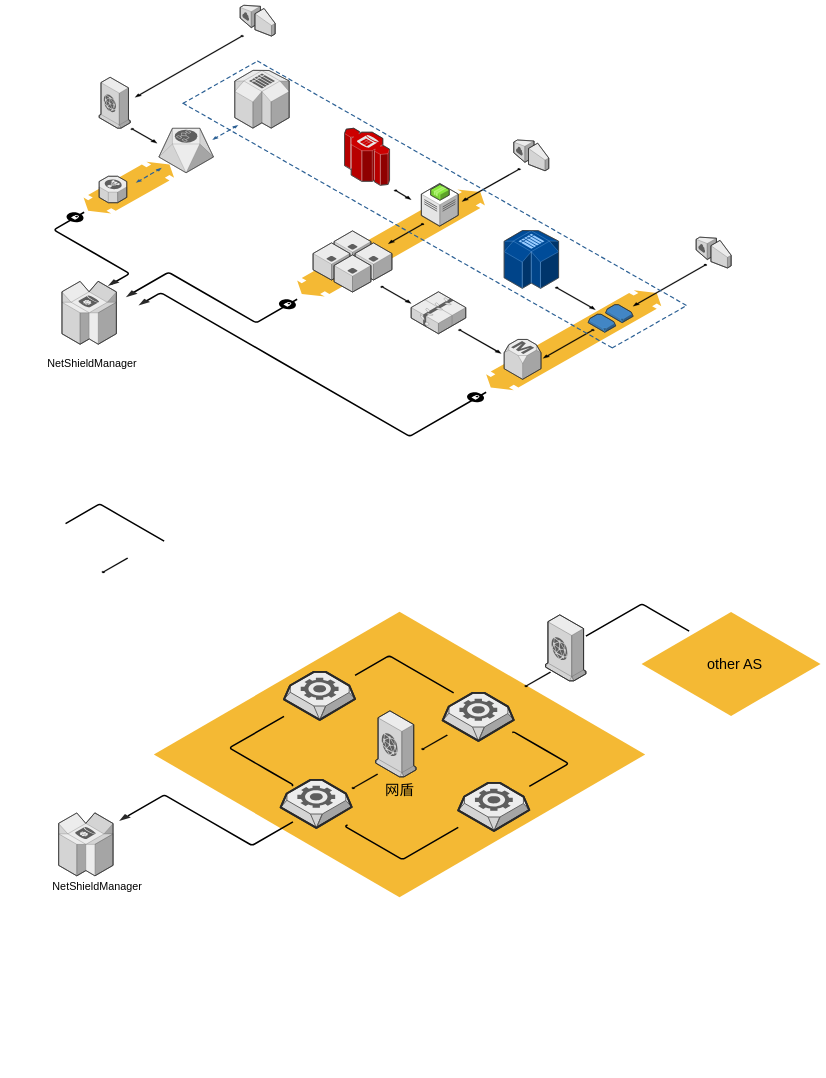
Above: 未命名绘图.drawio in yuanchaowang/subscribe (draw.io), before the change. Source tidied: cells renumbered, new cells numbered last; positions are measured from the earlier drawing's top-left corner, leaving out a move shared by most shapes. Both pictures are drawn from the tidied source at 30%, with x=0, y=0 at pixel (45, 5).
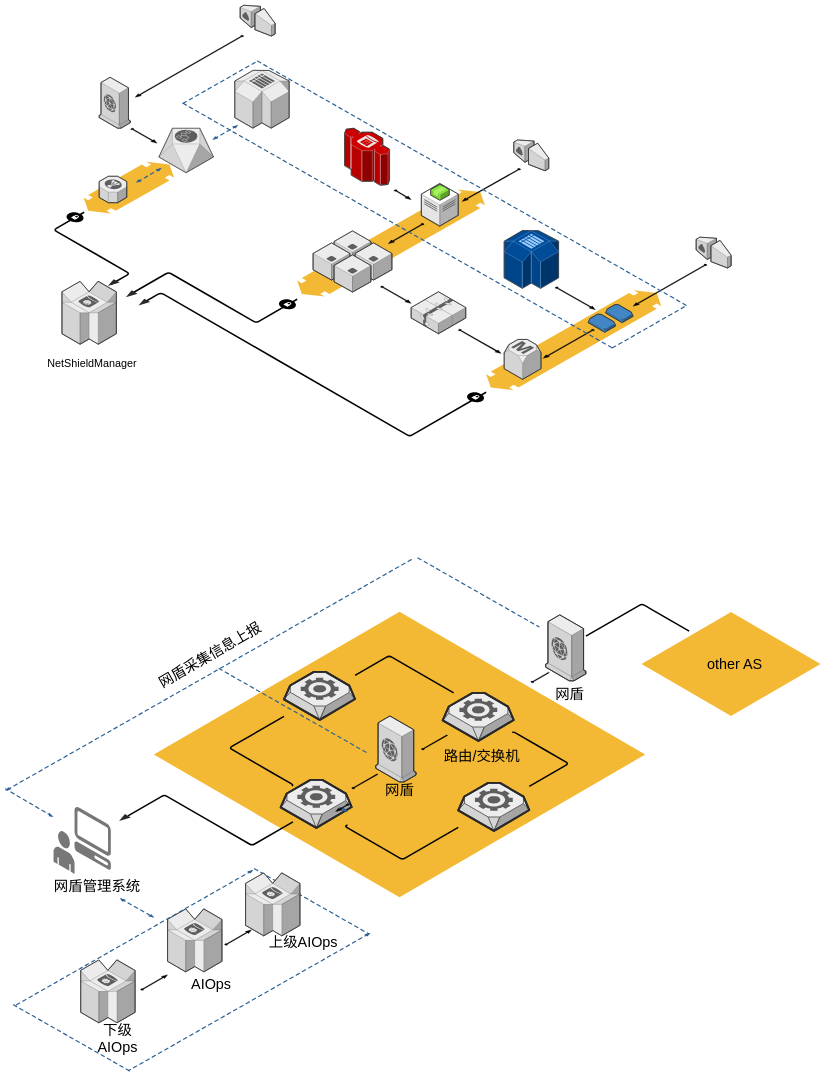
The same page after the edit.

The edit, as a diff of the source:
```diff
@@
-    <mxCell id="52" style="verticalLabelPosition=bottom;html=1;verticalAlign=top;strokeWidth=1;dashed=0;shape=mxgraph.aws3d.dynamoDb;fillColor=#ECECEC;strokeColor=#5E5E5E;rounded=1;shadow=0;comic=0;fontSize=12;" parent="1" vertex="1">
-      <mxGeometry x="44" y="2692" width="181.5" height="210" as="geometry" />
-    </mxCell>
-    <mxCell id="53" value="&lt;span style=&quot;font-size: 36px&quot;&gt;NetShieldManager&lt;/span&gt;" style="text;html=1;align=center;verticalAlign=middle;strokeColor=none;" parent="1" vertex="1">
-      <mxGeometry x="17" y="2922" width="310" height="30" as="geometry" />
+    <mxCell id="53" value="&lt;font style=&quot;font-size: 48px&quot;&gt;网盾管理系统&lt;/font&gt;" style="text;html=1;align=center;verticalAlign=middle;strokeColor=none;" parent="1" vertex="1">
+      <mxGeometry x="22" y="2922" width="300" height="30" as="geometry" />
     </mxCell>
@@
     <mxCell id="58" style="verticalLabelPosition=bottom;html=1;verticalAlign=top;strokeWidth=1;align=center;dashed=0;shape=mxgraph.aws3d.cloudfront;fillColor=#ECECEC;strokeColor=#5E5E5E;" parent="1" vertex="1">
-      <mxGeometry x="1100.8" y="2352" width="134.5" height="220" as="geometry" />
+      <mxGeometry x="1100.8" y="2369.1" width="134.5" height="220" as="geometry" />
     </mxCell>
-    <mxCell id="59" style="verticalLabelPosition=bottom;html=1;verticalAlign=top;strokeWidth=1;align=center;dashed=0;shape=mxgraph.aws3d.arrowlessNE;fillColor=#000000;" parent="1" vertex="1">
-      <mxGeometry x="187.6" y="1842" width="87.8" height="50" as="geometry" />
-    </mxCell>
@@
-    <mxCell id="66" style="edgeStyle=isometricEdgeStyle;endArrow=none;html=1;labelBackgroundColor=none;strokeColor=#000000;strokeWidth=5;fontFamily=Verdana;fontSize=12;" parent="1" edge="1">
-      <mxGeometry relative="1" as="geometry">
-        <mxPoint x="67" y="1727.7" as="sourcePoint" />
-        <mxPoint x="396" y="1785.9" as="targetPoint" />
-        <Array as="points">
-          <mxPoint x="257" y="1706" />
-        </Array>
-      </mxGeometry>
-    </mxCell>
@@
     <mxCell id="73" style="verticalLabelPosition=bottom;html=1;verticalAlign=top;strokeWidth=1;align=center;dashed=0;shape=mxgraph.aws3d.arrowlessNE;fillColor=#000000;" parent="1" vertex="1">
-      <mxGeometry x="1597" y="2222" width="87.8" height="50" as="geometry" />
+      <mxGeometry x="1618" y="2223" width="61.8" height="35.2" as="geometry" />
     </mxCell>
@@
+    <mxCell id="75" style="verticalLabelPosition=bottom;html=1;verticalAlign=top;strokeWidth=1;align=center;dashed=0;shape=mxgraph.aws3d.dashedEdgeDouble;fillColor=#000000;" parent="1" vertex="1">
+      <mxGeometry x="977" y="2672" width="31.6" height="18" as="geometry" />
+    </mxCell>
+    <mxCell id="76" style="verticalLabelPosition=bottom;html=1;verticalAlign=top;strokeWidth=1;align=center;dashed=0;shape=mxgraph.aws3d.dashedEdgeDouble;fillColor=#000000;" parent="1" vertex="1">
+      <mxGeometry x="247" y="2975.9" width="116" height="66.1" as="geometry" />
+    </mxCell>
+    <mxCell id="77" style="verticalLabelPosition=bottom;html=1;verticalAlign=top;strokeWidth=1;align=center;dashed=0;shape=mxgraph.aws3d.client;strokeColor=none;fillColor=#777777;" parent="1" vertex="1">
+      <mxGeometry x="97" y="2672" width="121.2" height="210" as="geometry" />
+    </mxCell>
+    <mxCell id="78" style="verticalLabelPosition=bottom;html=1;verticalAlign=top;strokeWidth=1;align=center;dashed=0;shape=mxgraph.aws3d.end_user;strokeColor=none;fillColor=#777777;" parent="1" vertex="1">
+      <mxGeometry x="27" y="2752" width="70" height="143.5" as="geometry" />
+    </mxCell>
+    <mxCell id="79" style="verticalLabelPosition=bottom;html=1;verticalAlign=top;strokeWidth=1;align=center;dashed=0;shape=mxgraph.aws3d.arrowSW;fillColor=#000000;" parent="1" vertex="1">
+      <mxGeometry x="967" y="2662" width="45.5" height="26" as="geometry" />
+    </mxCell>
+    <mxCell id="80" style="verticalLabelPosition=bottom;html=1;verticalAlign=top;strokeWidth=1;align=center;dashed=0;shape=mxgraph.aws3d.arrowNE;fillColor=#000000;" parent="1" vertex="1">
+      <mxGeometry x="317" y="3232" width="90" height="51.4" as="geometry" />
+    </mxCell>
+    <mxCell id="81" style="verticalLabelPosition=bottom;html=1;verticalAlign=top;strokeWidth=1;align=center;dashed=0;shape=mxgraph.aws3d.dynamoDb;fillColor=#ECECEC;strokeColor=#5E5E5E;" parent="1" vertex="1">
+      <mxGeometry x="407" y="3012" width="181.5" height="210" as="geometry" />
+    </mxCell>
+    <mxCell id="82" style="verticalLabelPosition=bottom;html=1;verticalAlign=top;strokeWidth=1;align=center;dashed=0;shape=mxgraph.aws3d.dynamoDb;fillColor=#ECECEC;strokeColor=#5E5E5E;" parent="1" vertex="1">
+      <mxGeometry x="117.5" y="3182" width="181.5" height="210" as="geometry" />
+    </mxCell>
+    <mxCell id="83" style="verticalLabelPosition=bottom;html=1;verticalAlign=top;strokeWidth=1;align=center;dashed=0;shape=mxgraph.aws3d.arrowNE;fillColor=#000000;" parent="1" vertex="1">
+      <mxGeometry x="597" y="3082" width="90" height="51.4" as="geometry" />
+    </mxCell>
+    <mxCell id="84" value="&lt;font style=&quot;font-size: 48px&quot;&gt;上级AIOps&lt;br&gt;&lt;br&gt;&lt;/font&gt;" style="text;html=1;align=center;verticalAlign=middle;strokeColor=none;" parent="1" vertex="1">
+      <mxGeometry x="739" y="3122" width="240" height="60" as="geometry" />
+    </mxCell>
+    <mxCell id="85" value="&lt;font style=&quot;font-size: 48px&quot;&gt;AIOps&lt;br&gt;&lt;br&gt;&lt;/font&gt;" style="text;html=1;align=center;verticalAlign=middle;strokeColor=none;" parent="1" vertex="1">
+      <mxGeometry x="477" y="3262" width="150" height="60" as="geometry" />
+    </mxCell>
+    <mxCell id="86" value="&lt;font style=&quot;font-size: 48px&quot;&gt;下级&lt;br&gt;AIOps&lt;br&gt;&lt;br&gt;&lt;/font&gt;" style="text;html=1;align=center;verticalAlign=middle;strokeColor=none;" parent="1" vertex="1">
+      <mxGeometry x="165" y="3433" width="150" height="80" as="geometry" />
+    </mxCell>
+    <mxCell id="87" value="&lt;font style=&quot;font-size: 48px&quot;&gt;网盾&lt;/font&gt;" style="text;html=1;align=center;verticalAlign=middle;strokeColor=none;" parent="1" vertex="1">
+      <mxGeometry x="1691.5" y="2282" width="110" height="30" as="geometry" />
+    </mxCell>
+    <mxCell id="88" style="verticalLabelPosition=bottom;html=1;verticalAlign=top;strokeWidth=1;align=center;dashed=0;shape=mxgraph.aws3d.dashedArrowlessEdge;fillColor=#000000;" parent="1" vertex="1">
+      <mxGeometry x="697" y="2878.5" width="381" height="217" as="geometry" />
+    </mxCell>
+    <mxCell id="89" style="verticalLabelPosition=bottom;html=1;verticalAlign=top;strokeWidth=1;align=center;dashed=0;shape=mxgraph.aws3d.dashedArrowlessEdge;fillColor=#000000;" parent="1" vertex="1">
+      <mxGeometry x="-106.4" y="3332" width="389.2" height="221.7" as="geometry" />
+    </mxCell>
+    <mxCell id="90" style="verticalLabelPosition=bottom;html=1;verticalAlign=top;strokeWidth=1;align=center;dashed=0;shape=mxgraph.aws3d.dashedEdge;fillColor=#000000;" parent="1" vertex="1">
+      <mxGeometry x="277" y="3092" width="806.3" height="459.3" as="geometry" />
+    </mxCell>
+    <mxCell id="91" style="verticalLabelPosition=bottom;html=1;verticalAlign=top;strokeWidth=1;align=center;dashed=0;shape=mxgraph.aws3d.dashedEdge;fillColor=#000000;" parent="1" vertex="1">
+      <mxGeometry x="-103" y="2882" width="796.3" height="453.6" as="geometry" />
+    </mxCell>
+    <mxCell id="92" style="verticalLabelPosition=bottom;html=1;verticalAlign=top;strokeWidth=1;align=center;dashed=0;shape=mxgraph.aws3d.dynamoDb;fillColor=#ECECEC;strokeColor=#5E5E5E;" parent="1" vertex="1">
+      <mxGeometry x="667" y="2892" width="181.5" height="210" as="geometry" />
+    </mxCell>
+    <mxCell id="93" style="verticalLabelPosition=bottom;html=1;verticalAlign=top;strokeWidth=1;align=center;dashed=0;shape=mxgraph.aws3d.dashedEdge;fillColor=#000000;rotation=-180;" parent="1" vertex="1">
+      <mxGeometry x="-133.7" y="1842.3" width="1362.7" height="776.2" as="geometry" />
+    </mxCell>
+    <mxCell id="94" style="verticalLabelPosition=bottom;html=1;verticalAlign=top;strokeWidth=1;align=center;dashed=0;shape=mxgraph.aws3d.dashedArrowlessEdge;fillColor=#000000;" parent="1" vertex="1">
+      <mxGeometry x="1241.6" y="1842.3" width="403.3" height="229.7" as="geometry" />
+    </mxCell>
+    <mxCell id="95" style="verticalLabelPosition=bottom;html=1;verticalAlign=top;strokeWidth=1;align=center;dashed=0;shape=mxgraph.aws3d.dashedEdge;fillColor=#000000;rotation=-30;direction=south;" parent="1" vertex="1">
+      <mxGeometry x="-98.8" y="2578.6" width="91.7" height="161.1" as="geometry" />
+    </mxCell>
+    <mxCell id="96" style="verticalLabelPosition=bottom;html=1;verticalAlign=top;strokeWidth=1;align=center;dashed=0;shape=mxgraph.aws3d.dashedArrowlessEdge;fillColor=#000000;" parent="1" vertex="1">
+      <mxGeometry x="578.5" y="2210.9" width="493.6" height="281.1" as="geometry" />
+    </mxCell>
+    <mxCell id="97" value="&lt;span style=&quot;font-size: 48px&quot;&gt;网盾采集信息上报&lt;/span&gt;" style="text;html=1;align=center;verticalAlign=middle;strokeColor=none;rotation=-30;" parent="1" vertex="1">
+      <mxGeometry x="347.6" y="2150.9" width="400" height="30" as="geometry" />
+    </mxCell>
+    <mxCell id="98" value="&lt;font style=&quot;font-size: 48px&quot;&gt;路由/交换机&lt;/font&gt;" style="text;html=1;align=center;verticalAlign=middle;strokeColor=none;" parent="1" vertex="1">
+      <mxGeometry x="1322" y="2489" width="263" height="30" as="geometry" />
+    </mxCell>
```
